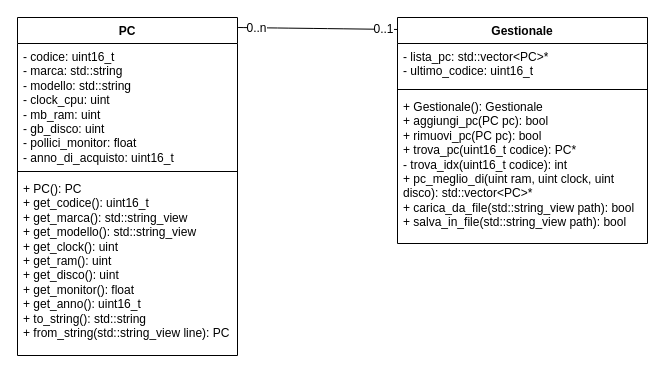
Above: Gestionale_UML.drawio in gifede/UML_21_10_2026 (draw.io), before the change. Source tidied: cells renumbered, new cells numbered last; positions are measured from the earlier drawing's top-left corner, leaving out a move shared by most shapes. Both pictures are drawn from the tidied source at 100%, with x=0, y=0 at pixel (17, 17).
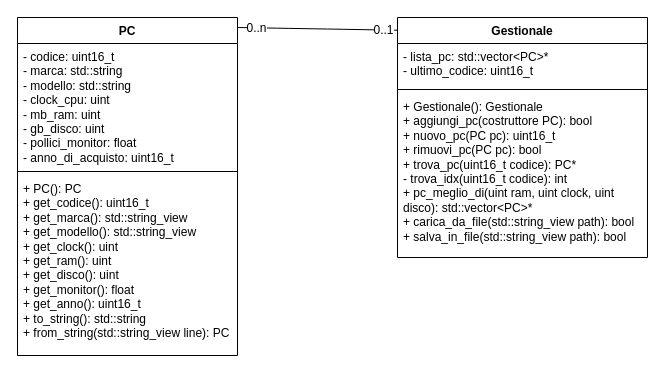
After the change.

Commit message:
introdotta funzione nuovo_PC dato che, usando il costruttore PC(), diventa impossibile monitorare i codici

Change to the diagram source:
```diff
@@
 <mxGraphModel>
   <root>
     <mxCell id="0" />
     <mxCell id="1" parent="0" />
     <mxCell id="2" value="PC" style="swimlane;fontStyle=1;align=center;verticalAlign=top;horizontal=1;startSize=26;whiteSpace=wrap;html=1;" parent="1" vertex="1">
       <mxGeometry width="220" height="338" as="geometry" />
     </mxCell>
     <mxCell id="3" value="&lt;div&gt;- codice: uint16_t&lt;/div&gt;&lt;div&gt;- marca: std::string&lt;/div&gt;&lt;div&gt;- modello: std::string&lt;/div&gt;&lt;div&gt;- clock_cpu: uint&lt;/div&gt;&lt;div&gt;- mb_ram: uint&lt;/div&gt;&lt;div&gt;- gb_disco: uint&lt;/div&gt;&lt;div&gt;- pollici_monitor: float&lt;/div&gt;&lt;div&gt;- anno_di_acquisto: uint16_t&lt;/div&gt;&lt;div&gt;&lt;br&gt;&lt;/div&gt;" style="text;strokeColor=none;fillColor=none;align=left;verticalAlign=top;spacingLeft=4;spacingRight=4;overflow=hidden;whiteSpace=wrap;html=1;" parent="2" vertex="1">
       <mxGeometry y="26" width="220" height="124" as="geometry" />
     </mxCell>
     <mxCell id="4" style="line;strokeWidth=1;fillColor=none;align=left;verticalAlign=middle;spacingTop=-1;spacingLeft=3;spacingRight=3;labelPosition=right;strokeColor=inherit;" parent="2" vertex="1">
       <mxGeometry y="150" width="220" height="8" as="geometry" />
     </mxCell>
     <mxCell id="5" value="&lt;div&gt;+ PC(): PC&lt;/div&gt;&lt;div&gt;+ get_codice(): uint16_t&lt;/div&gt;&lt;div&gt;+ get_marca(): std::string_view&lt;/div&gt;&lt;div&gt;+ get_modello(): std::string_view&lt;/div&gt;&lt;div&gt;+ get_clock(): uint&lt;/div&gt;&lt;div&gt;+ get_ram(): uint&lt;/div&gt;&lt;div&gt;+ get_disco(): uint&lt;/div&gt;&lt;div&gt;+ get_monitor(): float&lt;/div&gt;&lt;div&gt;+ get_anno(): uint16_t&lt;/div&gt;&lt;div&gt;+ to_string(): std::string&lt;/div&gt;&lt;div&gt;+ from_string(std::string_view line): PC&lt;/div&gt;" style="text;strokeColor=none;fillColor=none;align=left;verticalAlign=top;spacingLeft=4;spacingRight=4;overflow=hidden;whiteSpace=wrap;html=1;" parent="2" vertex="1">
       <mxGeometry y="158" width="220" height="180" as="geometry" />
     </mxCell>
     <mxCell id="6" value="Gestionale" style="swimlane;fontStyle=1;align=center;verticalAlign=top;horizontal=1;startSize=26;whiteSpace=wrap;html=1;" parent="1" vertex="1">
-      <mxGeometry x="380" width="250" height="226" as="geometry" />
+      <mxGeometry x="380" width="250" height="240" as="geometry" />
     </mxCell>
     <mxCell id="7" value="&lt;div&gt;- lista_pc: std::vector&amp;lt;PC&amp;gt;*&lt;/div&gt;- ultimo_codice: uint16_t" style="text;strokeColor=none;fillColor=none;align=left;verticalAlign=top;spacingLeft=4;spacingRight=4;overflow=hidden;whiteSpace=wrap;html=1;" parent="6" vertex="1">
       <mxGeometry y="26" width="250" height="42" as="geometry" />
     </mxCell>
     <mxCell id="8" style="line;strokeWidth=1;fillColor=none;align=left;verticalAlign=middle;spacingTop=-1;spacingLeft=3;spacingRight=3;labelPosition=right;strokeColor=inherit;" parent="6" vertex="1">
       <mxGeometry y="68" width="250" height="8" as="geometry" />
     </mxCell>
-    <mxCell id="9" value="&lt;div&gt;+ Gestionale(): Gestionale&amp;nbsp;&lt;/div&gt;&lt;div&gt;+ aggiungi_pc(PC pc): bool&lt;/div&gt;&lt;div&gt;+ rimuovi_pc(PC pc): bool&lt;/div&gt;&lt;div&gt;+ trova_pc(uint16_t codice): PC*&lt;/div&gt;&lt;div&gt;- trova_idx(uint16_t codice): int&lt;/div&gt;&lt;div&gt;+ pc_meglio_di(uint ram, uint clock, uint disco): std::vector&amp;lt;PC&amp;gt;*&lt;/div&gt;&lt;div&gt;+ carica_da_file(std::string_view path): bool&lt;/div&gt;&lt;div&gt;+ salva_in_file(std::string_view path): bool&lt;/div&gt;" style="text;strokeColor=none;fillColor=none;align=left;verticalAlign=top;spacingLeft=4;spacingRight=4;overflow=hidden;whiteSpace=wrap;html=1;" parent="6" vertex="1">
-      <mxGeometry y="76" width="250" height="150" as="geometry" />
+    <mxCell id="9" value="&lt;div&gt;+ Gestionale(): Gestionale&amp;nbsp;&lt;/div&gt;&lt;div&gt;+ aggiungi_pc(costruttore PC): bool&lt;div&gt;&lt;/div&gt;&lt;div&gt;+ nuovo_pc(PC pc): uint16_t&lt;/div&gt;&lt;/div&gt;&lt;div&gt;+ rimuovi_pc(PC pc): bool&lt;/div&gt;&lt;div&gt;+ trova_pc(uint16_t codice): PC*&lt;/div&gt;&lt;div&gt;- trova_idx(uint16_t codice): int&lt;/div&gt;&lt;div&gt;+ pc_meglio_di(uint ram, uint clock, uint disco): std::vector&amp;lt;PC&amp;gt;*&lt;/div&gt;&lt;div&gt;+ carica_da_file(std::string_view path): bool&lt;/div&gt;&lt;div&gt;+ salva_in_file(std::string_view path): bool&lt;/div&gt;" style="text;strokeColor=none;fillColor=none;align=left;verticalAlign=top;spacingLeft=4;spacingRight=4;overflow=hidden;whiteSpace=wrap;html=1;" parent="6" vertex="1">
+      <mxGeometry y="76" width="250" height="164" as="geometry" />
     </mxCell>
     <mxCell id="10" style="edgeStyle=none;jettySize=auto;html=1;rounded=0;fontSize=12;startSize=8;endSize=8;curved=1;entryX=0;entryY=0.053;entryDx=0;entryDy=0;entryPerimeter=0;endArrow=none;endFill=0;" parent="1" edge="1" target="6">
       <mxGeometry relative="1" as="geometry">
         <mxPoint x="220" y="10" as="sourcePoint" />
       </mxGeometry>
     </mxCell>
     <mxCell id="11" value="0..n" style="edgeLabel;html=1;align=center;verticalAlign=middle;fontSize=12;" parent="10" vertex="1">
       <mxGeometry x="-0.76" y="-2" relative="1" as="geometry">
         <mxPoint y="-2" as="offset" />
       </mxGeometry>
     </mxCell>
     <mxCell id="12" value="0..1" style="edgeLabel;html=1;align=center;verticalAlign=middle;fontSize=12;" parent="10" vertex="1">
       <mxGeometry x="0.81" y="4" relative="1" as="geometry">
         <mxPoint y="4" as="offset" />
       </mxGeometry>
     </mxCell>
   </root>
 </mxGraphModel>
```
